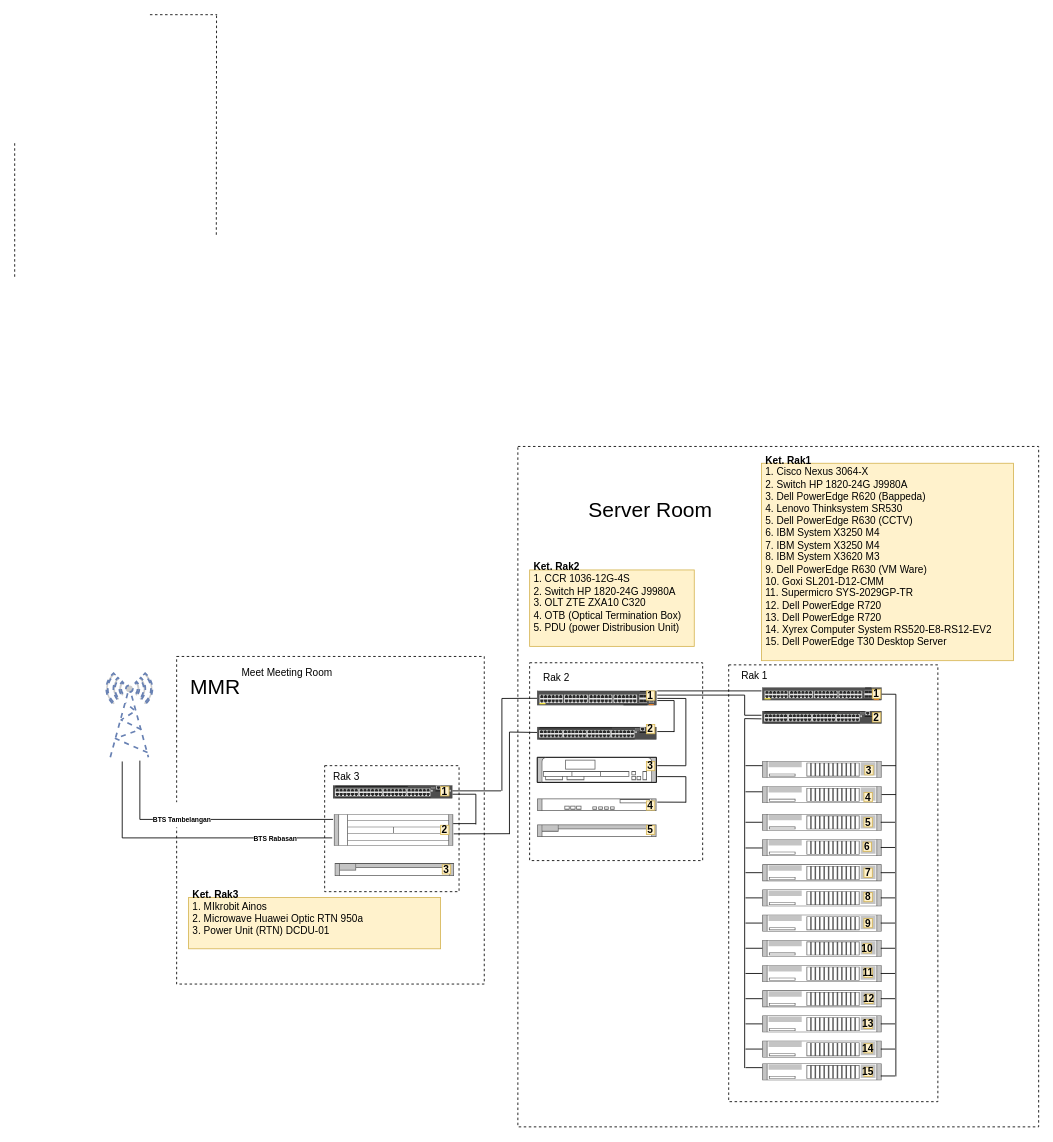
The draw.io diagram page "jaringan" (2 of 2) of bagan jaringan server.drawio in komandan/dupak, before the edit. Source tidied: cells renumbered, new cells numbered last; positions are measured from the earlier drawing's top-left corner, leaving out a move shared by most shapes. Both pictures are drawn from the tidied source at 84%, with x=0, y=0 at pixel (14, 14).
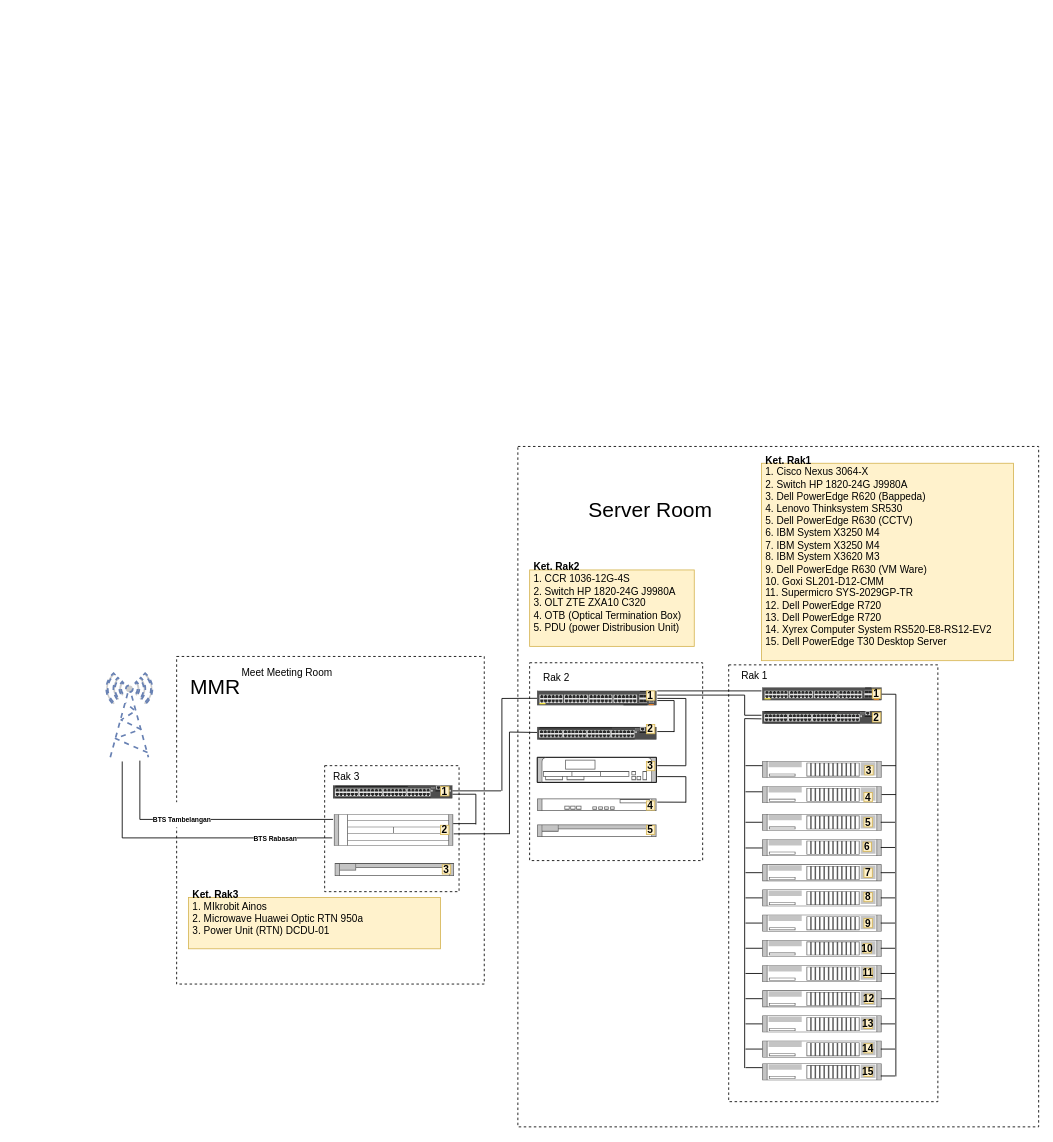
The same diagram, later.

Diff of the diagram source:
```diff
@@
-    <mxCell id="12" style="endArrow=none;dashed=1;html=1;rounded=0;" parent="1" edge="1">
-      <mxGeometry relative="1" as="geometry">
-        <mxPoint x="240" y="262" as="sourcePoint" />
-        <mxPoint x="240.3" as="targetPoint" />
-      </mxGeometry>
-    </mxCell>
-    <mxCell id="13" style="endArrow=none;dashed=1;html=1;rounded=0;" parent="1" edge="1">
-      <mxGeometry relative="1" as="geometry">
-        <mxPoint x="161" as="sourcePoint" />
-        <mxPoint x="241" as="targetPoint" />
-      </mxGeometry>
-    </mxCell>
-    <mxCell id="14" style="endArrow=none;dashed=1;html=1;rounded=0;" parent="1" edge="1">
-      <mxGeometry relative="1" as="geometry">
-        <mxPoint y="312" as="sourcePoint" />
-        <mxPoint y="152" as="targetPoint" />
-      </mxGeometry>
-    </mxCell>
```
